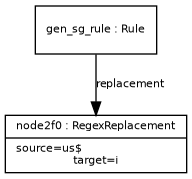
ontolex/morph keeps this Graphviz diagram as examples/example_8.png. Above is the earlier version. Its source is kept beside it as examples/example_8.dot.
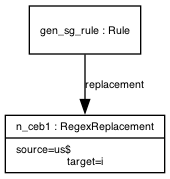
After the commit.

What changed in the source:
```diff
@@ -13,7 +13,7 @@
       fontsize = 8
     ]
 
-node2f0 [ label="{node2f0 : RegexReplacement|source=us$\ltarget=i}" ]
-gen_sg_rule -> node2f0 [ label="replacement" ]
+n_ceb1 [ label="{n_ceb1 : RegexReplacement|source=us$\ltarget=i}" ]
+gen_sg_rule -> n_ceb1 [ label="replacement" ]
 gen_sg_rule [ label="{gen_sg_rule : Rule}" ]
 }
```
